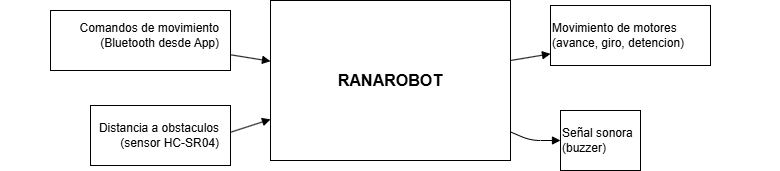
DanielDuranH/RanaRobot keeps this draw.io diagram as diagrama_caja_negra_ranarobot.drawio (1).png. Above is the earlier version. Source tidied: cells renumbered, new cells last; positions are measured from the earlier drawing's top-left corner, leaving out a move shared by most shapes.
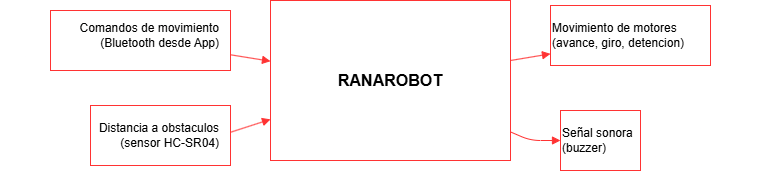
After the change.

Change to the diagram source:
```diff
@@ -2,44 +2,44 @@
   <root>
     <mxCell id="0" />
     <mxCell id="1" parent="0" />
-    <mxCell id="2" value="RANAROBOT" style="rounded=0;whiteSpace=wrap;html=1;fillColor=#ffffff;strokeColor=#000000;fontSize=16;fontStyle=1;align=center;verticalAlign=middle;" parent="1" vertex="1">
+    <mxCell id="2" value="RANAROBOT" style="rounded=0;whiteSpace=wrap;html=1;fillColor=#FFFFFF;strokeColor=#FF3333;fontSize=16;fontStyle=1;align=center;verticalAlign=middle;" parent="1" vertex="1">
       <mxGeometry x="270" width="240" height="160" as="geometry" />
     </mxCell>
-    <mxCell id="3" style="html=1;endArrow=block;" parent="1" edge="1" source="8" target="2">
+    <mxCell id="3" style="html=1;endArrow=block;fillColor=#FFFFFF;strokeColor=#FF3333;" parent="1" edge="1" source="8" target="2">
       <mxGeometry relative="1" as="geometry" />
     </mxCell>
-    <mxCell id="4" style="html=1;endArrow=block;exitX=1;exitY=0.5;exitDx=0;exitDy=0;" parent="1" edge="1" source="10" target="2">
+    <mxCell id="4" style="html=1;endArrow=block;exitX=1;exitY=0.5;exitDx=0;exitDy=0;fillColor=#FFFFFF;strokeColor=#FF3333;" parent="1" edge="1" source="10" target="2">
       <mxGeometry relative="1" as="geometry" />
     </mxCell>
-    <mxCell id="5" style="html=1;endArrow=block;" parent="1" edge="1" source="2" target="12">
+    <mxCell id="5" style="html=1;endArrow=block;fillColor=#FFFFFF;strokeColor=#FF3333;" parent="1" edge="1" source="2" target="12">
       <mxGeometry relative="1" as="geometry" />
     </mxCell>
-    <mxCell id="6" style="html=1;endArrow=block;" parent="1" edge="1" source="2" target="14">
+    <mxCell id="6" style="html=1;endArrow=block;fillColor=#FFFFFF;strokeColor=#FF3333;" parent="1" edge="1" source="2" target="14">
       <mxGeometry relative="1" as="geometry">
         <Array as="points">
           <mxPoint x="530" y="140" />
         </Array>
       </mxGeometry>
     </mxCell>
-    <mxCell id="7" style="rounded=0;whiteSpace=wrap;html=1;" parent="1" vertex="1">
+    <mxCell id="7" style="rounded=0;whiteSpace=wrap;html=1;fillColor=#FFFFFF;strokeColor=#FF3333;" parent="1" vertex="1">
       <mxGeometry x="50" y="10" width="180" height="60" as="geometry" />
     </mxCell>
     <mxCell id="8" value="Comandos de movimiento&lt;br&gt;(Bluetooth desde App)" style="text;html=1;align=right;verticalAlign=middle;fontSize=12;" parent="1" vertex="1">
       <mxGeometry y="10" width="220" height="50" as="geometry" />
     </mxCell>
-    <mxCell id="9" style="rounded=0;whiteSpace=wrap;html=1;" parent="1" vertex="1">
+    <mxCell id="9" style="rounded=0;whiteSpace=wrap;html=1;fillColor=#FFFFFF;strokeColor=#FF3333;" parent="1" vertex="1">
       <mxGeometry x="90" y="105" width="140" height="60" as="geometry" />
     </mxCell>
     <mxCell id="10" value="Distancia a obstaculos&#10;(sensor HC-SR04)" style="text;html=1;align=right;verticalAlign=middle;fontSize=12;" parent="1" vertex="1">
       <mxGeometry y="110" width="220" height="50" as="geometry" />
     </mxCell>
-    <mxCell id="11" style="rounded=0;whiteSpace=wrap;html=1;" parent="1" vertex="1">
+    <mxCell id="11" style="rounded=0;whiteSpace=wrap;html=1;fillColor=#FFFFFF;strokeColor=#FF3333;" parent="1" vertex="1">
       <mxGeometry x="550" y="5" width="160" height="60" as="geometry" />
     </mxCell>
     <mxCell id="12" value="Movimiento de motores&#10;(avance, giro, detencion)" style="text;html=1;align=left;verticalAlign=middle;fontSize=12;" parent="1" vertex="1">
       <mxGeometry x="550" y="10" width="220" height="50" as="geometry" />
     </mxCell>
-    <mxCell id="13" style="rounded=0;whiteSpace=wrap;html=1;" parent="1" vertex="1">
+    <mxCell id="13" style="rounded=0;whiteSpace=wrap;html=1;fillColor=#FFFFFF;strokeColor=#FF3333;" parent="1" vertex="1">
       <mxGeometry x="560" y="110" width="80" height="60" as="geometry" />
     </mxCell>
     <mxCell id="14" value="Señal sonora&lt;br&gt;(buzzer)" style="text;html=1;align=left;verticalAlign=middle;fontSize=12;" parent="1" vertex="1">
```
